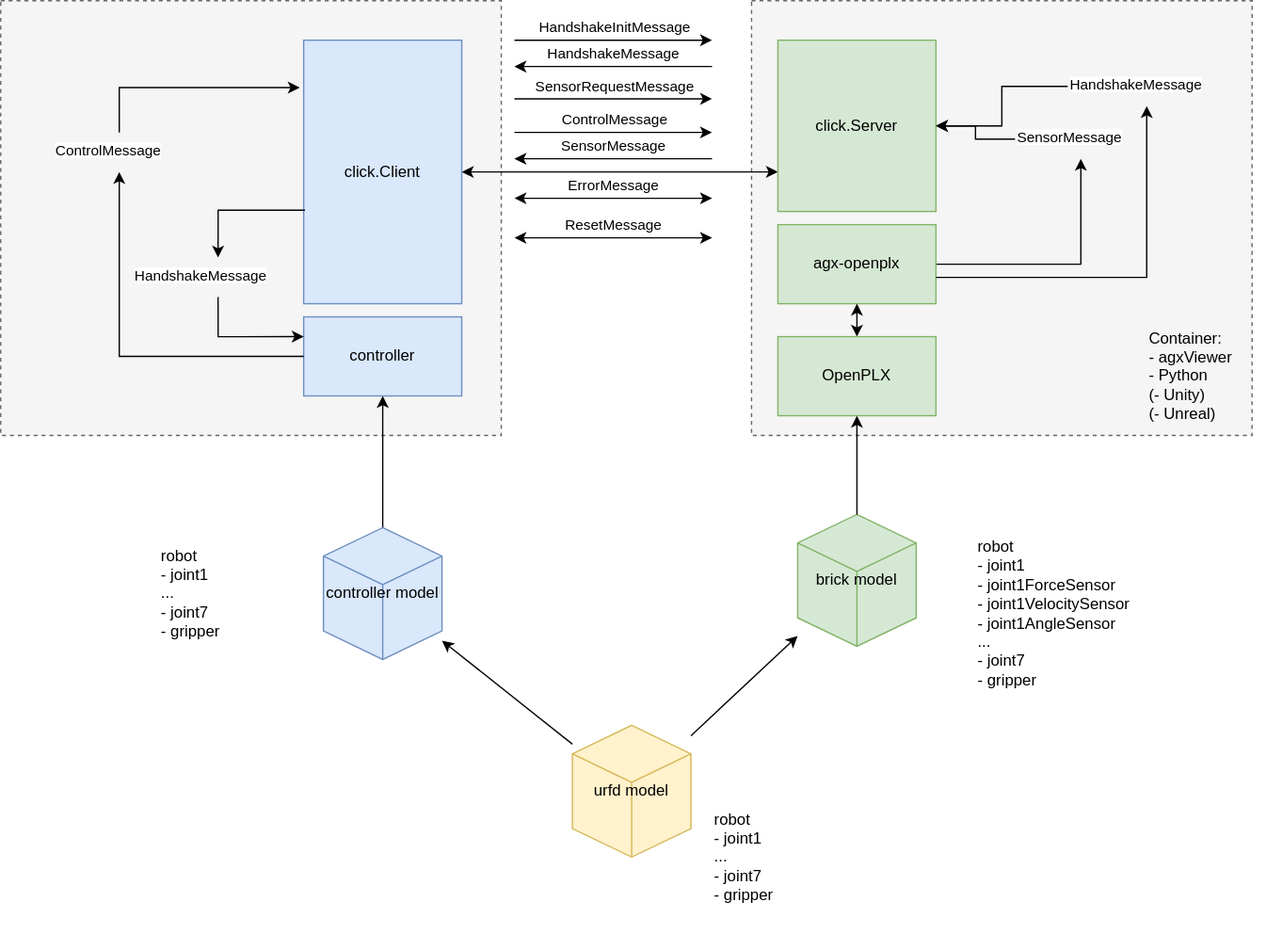
The draw.io diagram doc/messaging.drawio.svg in Algoryx/click-mirror, before a commit. Source tidied: cells renumbered, new cells last; positions are measured from the earlier drawing's top-left corner, leaving out a move shared by most shapes.
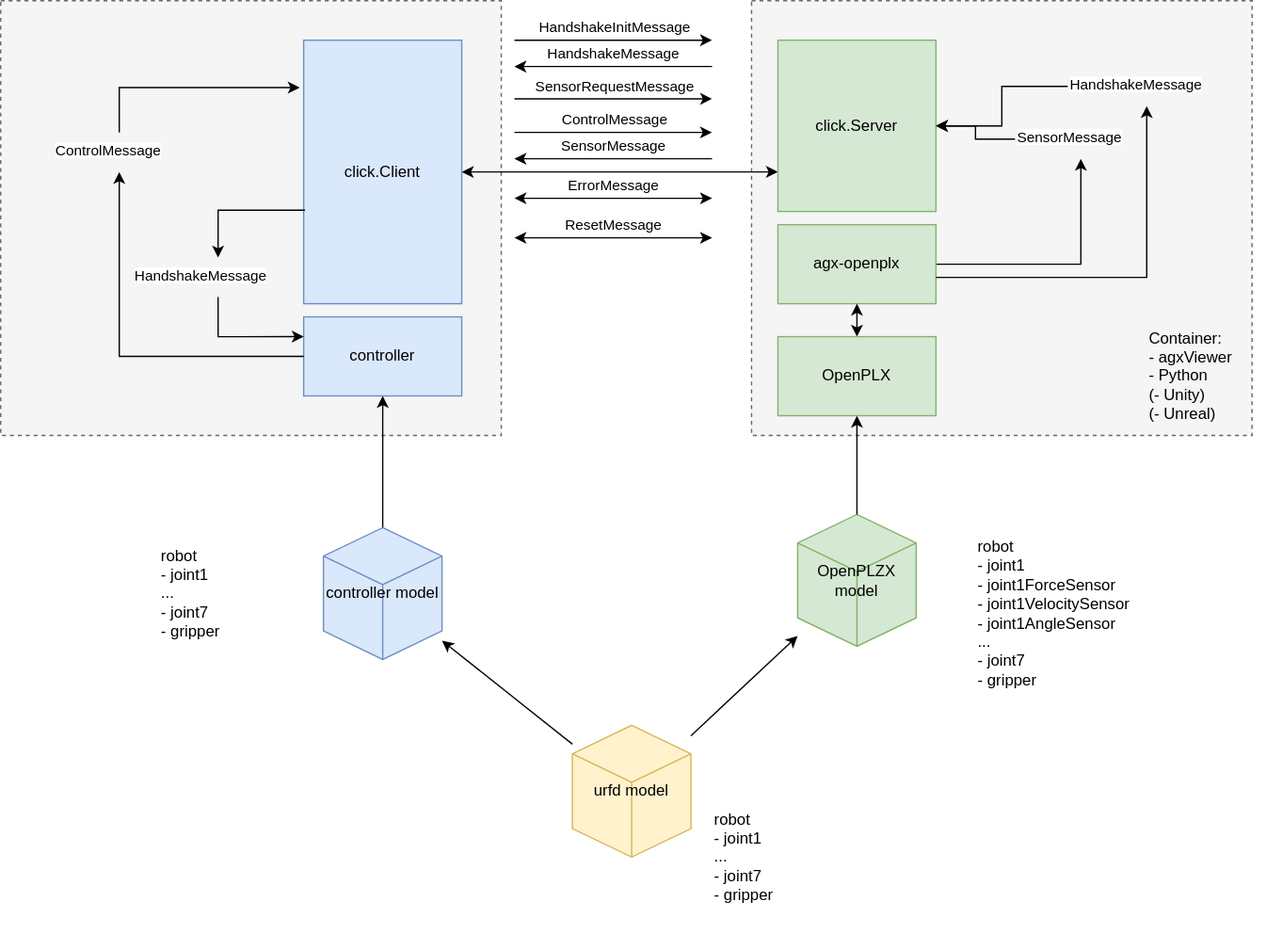
Later version of the same file.

Commit message:
Replace usage of brick

What changed in the source:
```diff
@@ -23,7 +23,7 @@
     <mxCell id="8" value="controller model" style="html=1;whiteSpace=wrap;shape=isoCube2;backgroundOutline=1;isoAngle=15;fillColor=#dae8fc;strokeColor=#6c8ebf;" parent="1" vertex="1">
       <mxGeometry x="245" y="400" width="90" height="100" as="geometry" />
     </mxCell>
-    <mxCell id="9" value="brick model" style="html=1;whiteSpace=wrap;shape=isoCube2;backgroundOutline=1;isoAngle=15;fillColor=#d5e8d4;strokeColor=#82b366;" parent="1" vertex="1">
+    <mxCell id="9" value="OpenPLZX model" style="html=1;whiteSpace=wrap;shape=isoCube2;backgroundOutline=1;isoAngle=15;fillColor=#d5e8d4;strokeColor=#82b366;" parent="1" vertex="1">
       <mxGeometry x="605" y="390" width="90" height="100" as="geometry" />
     </mxCell>
     <mxCell id="10" style="edgeStyle=orthogonalEdgeStyle;rounded=0;jettySize=auto;html=1;exitX=1;exitY=0.5;exitDx=0;exitDy=0;entryX=0;entryY=0.769;entryDx=0;entryDy=0;startArrow=classic;startFill=1;entryPerimeter=0;" parent="1" edge="1" source="11" target="12">
```
